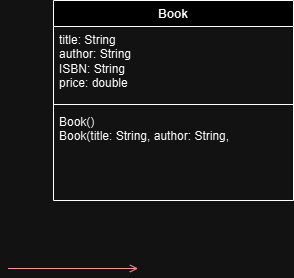
kyallss/bookClassJava keeps this draw.io diagram as Untitled Diagram.drawio.png. Above is the earlier version. Source tidied: cells renumbered, new cells last; positions are measured from the earlier drawing's top-left corner, leaving out a move shared by most shapes. The source it was exported from:
```xml
<mxGraphModel>
  <root>
    <mxCell id="0" />
    <mxCell id="1" parent="0" />
    <mxCell id="2" style="endArrow=open;strokeColor=#FF0000;endFill=1;rounded=0;" parent="1" edge="1">
      <mxGeometry relative="1" as="geometry">
        <mxPoint x="0.5" y="268" as="sourcePoint" />
        <mxPoint x="130.5" y="268" as="targetPoint" />
      </mxGeometry>
    </mxCell>
    <mxCell id="3" value="Book" style="swimlane;fontStyle=1;align=center;verticalAlign=top;horizontal=1;startSize=26;whiteSpace=wrap;html=1;" parent="1" vertex="1">
      <mxGeometry x="46" width="240" height="200" as="geometry" />
    </mxCell>
    <mxCell id="4" value="title: String&lt;div&gt;author: String&lt;/div&gt;&lt;div&gt;ISBN: String&lt;/div&gt;&lt;div&gt;price: double&lt;/div&gt;" style="text;strokeColor=none;fillColor=none;align=left;verticalAlign=top;spacingLeft=4;spacingRight=4;overflow=hidden;whiteSpace=wrap;html=1;" parent="3" vertex="1">
      <mxGeometry y="26" width="240" height="74" as="geometry" />
    </mxCell>
    <mxCell id="5" style="line;strokeWidth=1;fillColor=none;align=left;verticalAlign=middle;spacingTop=-1;spacingLeft=3;spacingRight=3;labelPosition=right;strokeColor=inherit;" parent="3" vertex="1">
      <mxGeometry y="100" width="240" height="8" as="geometry" />
    </mxCell>
    <mxCell id="6" value="Book()&lt;div&gt;Book(title: String,&amp;nbsp;&lt;span style=&quot;background-color: initial;&quot;&gt;author: String,&amp;nbsp;&lt;/span&gt;&lt;/div&gt;" style="text;strokeColor=none;fillColor=none;align=left;verticalAlign=top;spacingLeft=4;spacingRight=4;overflow=hidden;whiteSpace=wrap;html=1;" parent="3" vertex="1">
      <mxGeometry y="108" width="240" height="92" as="geometry" />
    </mxCell>
  </root>
</mxGraphModel>
```
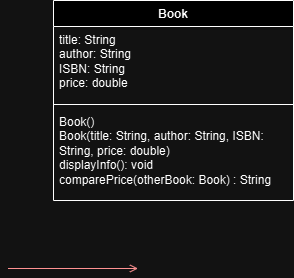
The same file after the commit.

Diff of the diagram source:
```diff
@@ -17,7 +17,7 @@
     <mxCell id="5" style="line;strokeWidth=1;fillColor=none;align=left;verticalAlign=middle;spacingTop=-1;spacingLeft=3;spacingRight=3;labelPosition=right;strokeColor=inherit;" parent="3" vertex="1">
       <mxGeometry y="100" width="240" height="8" as="geometry" />
     </mxCell>
-    <mxCell id="6" value="Book()&lt;div&gt;Book(title: String,&amp;nbsp;&lt;span style=&quot;background-color: initial;&quot;&gt;author: String,&amp;nbsp;&lt;/span&gt;&lt;/div&gt;" style="text;strokeColor=none;fillColor=none;align=left;verticalAlign=top;spacingLeft=4;spacingRight=4;overflow=hidden;whiteSpace=wrap;html=1;" parent="3" vertex="1">
+    <mxCell id="6" value="Book()&lt;div&gt;Book(title: String,&amp;nbsp;&lt;span style=&quot;background-color: initial;&quot;&gt;author: String, ISBN: String, price: double)&lt;/span&gt;&lt;/div&gt;&lt;div&gt;&lt;span style=&quot;background-color: initial;&quot;&gt;displayInfo(): void&lt;/span&gt;&lt;/div&gt;&lt;div&gt;&lt;span style=&quot;background-color: initial;&quot;&gt;comparePrice(otherBook: Book) : String&lt;/span&gt;&lt;/div&gt;" style="text;strokeColor=none;fillColor=none;align=left;verticalAlign=top;spacingLeft=4;spacingRight=4;overflow=hidden;whiteSpace=wrap;html=1;" parent="3" vertex="1">
       <mxGeometry y="108" width="240" height="92" as="geometry" />
     </mxCell>
   </root>
```
